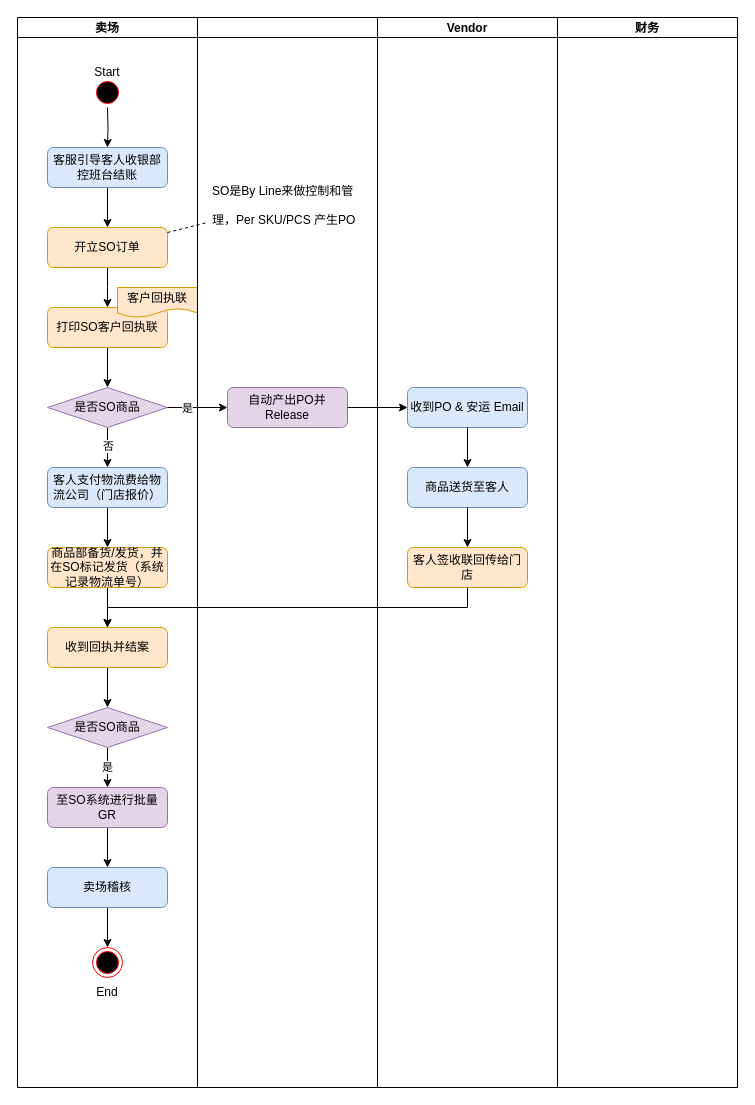
The draw.io diagram page "Dropship销售业务流程-TOBE" (3 of 7) of Special Order.drawio in luss613/draw.io, before the edit. Source tidied: cells renumbered, new cells numbered last; positions are measured from the earlier drawing's top-left corner, leaving out a move shared by most shapes. Both pictures are drawn from the tidied source at 100%, with x=0, y=0 at pixel (17, 17).
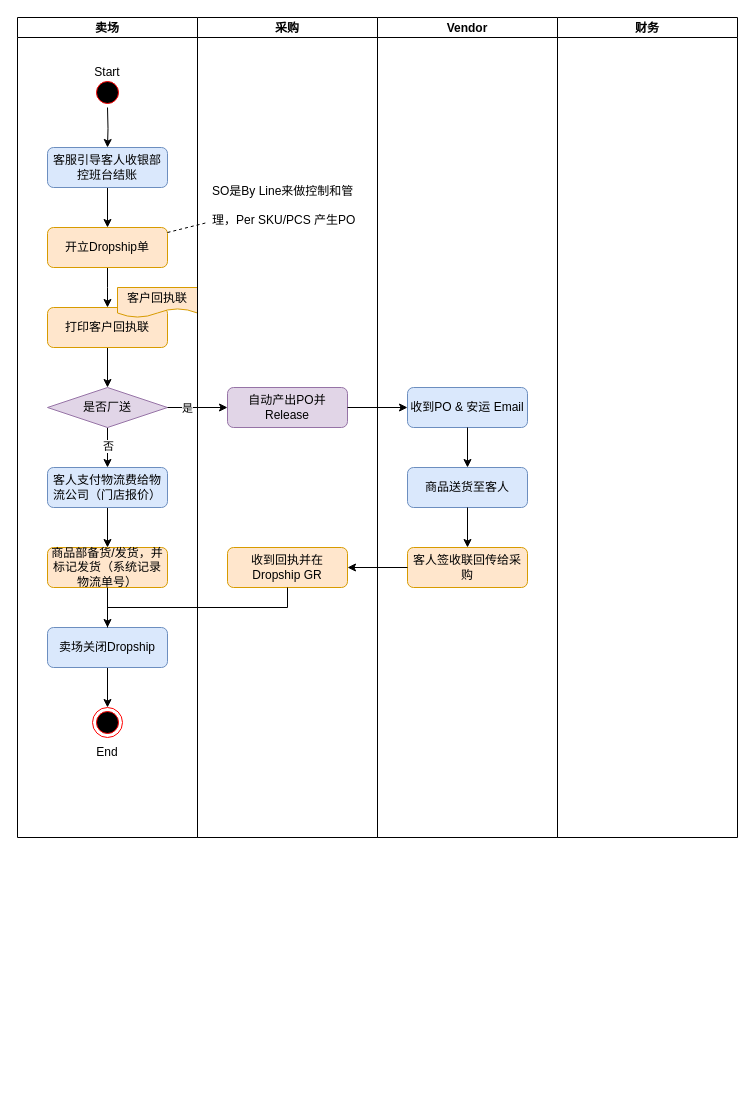
The same page after the edit.

Change to the diagram source:
```diff
@@
     <mxCell id="2" value="卖场" style="swimlane;startSize=20;" parent="1" vertex="1">
-      <mxGeometry width="180" height="1070" as="geometry" />
+      <mxGeometry width="180" height="820" as="geometry" />
     </mxCell>
@@
-    <mxCell id="7" value="开立SO订单" style="rounded=1;whiteSpace=wrap;html=1;fontSize=12;glass=0;strokeWidth=1;shadow=0;fillColor=#ffe6cc;strokeColor=#d79b00;" parent="2" vertex="1">
+    <mxCell id="7" value="开立Dropship单" style="rounded=1;whiteSpace=wrap;html=1;fontSize=12;glass=0;strokeWidth=1;shadow=0;fillColor=#ffe6cc;strokeColor=#d79b00;" parent="2" vertex="1">
       <mxGeometry x="30" y="210" width="120" height="40" as="geometry" />
     </mxCell>
-    <mxCell id="8" style="edgeStyle=orthogonalEdgeStyle;rounded=0;jettySize=auto;html=1;" parent="2" edge="1" source="9" target="21">
-      <mxGeometry relative="1" as="geometry" />
-    </mxCell>
-    <mxCell id="9" value="商品部备货/发货，并在SO标记发货（系统记录物流单号）" style="rounded=1;whiteSpace=wrap;html=1;fontSize=12;glass=0;strokeWidth=1;shadow=0;fillColor=#ffe6cc;strokeColor=#d79b00;" parent="2" vertex="1">
+    <mxCell id="9" value="商品部备货/发货，并标记发货（系统记录物流单号）" style="rounded=1;whiteSpace=wrap;html=1;fontSize=12;glass=0;strokeWidth=1;shadow=0;fillColor=#ffe6cc;strokeColor=#d79b00;" parent="2" vertex="1">
       <mxGeometry x="30" y="530" width="120" height="40" as="geometry" />
     </mxCell>
@@
-    <mxCell id="15" value="是否SO商品" style="rhombus;whiteSpace=wrap;html=1;fillColor=#e1d5e7;strokeColor=#9673a6;" parent="2" vertex="1">
+    <mxCell id="15" value="是否厂送" style="rhombus;whiteSpace=wrap;html=1;fillColor=#e1d5e7;strokeColor=#9673a6;" parent="2" vertex="1">
       <mxGeometry x="30" y="370" width="120" height="40" as="geometry" />
     </mxCell>
     <mxCell id="16" value="财务" style="swimlane;startSize=20;" parent="2" vertex="1">
-      <mxGeometry x="540" width="180" height="1070" as="geometry" />
+      <mxGeometry x="540" width="180" height="820" as="geometry" />
     </mxCell>
@@
-    <mxCell id="18" value="打印SO客户回执联" style="rounded=1;whiteSpace=wrap;html=1;fontSize=12;glass=0;strokeWidth=1;shadow=0;fillColor=#ffe6cc;strokeColor=#d79b00;" parent="2" vertex="1">
+    <mxCell id="18" value="打印客户回执联" style="rounded=1;whiteSpace=wrap;html=1;fontSize=12;glass=0;strokeWidth=1;shadow=0;fillColor=#ffe6cc;strokeColor=#d79b00;" parent="2" vertex="1">
       <mxGeometry x="30" y="290" width="120" height="40" as="geometry" />
     </mxCell>
@@
-    <mxCell id="20" style="edgeStyle=orthogonalEdgeStyle;rounded=0;jettySize=auto;html=1;" parent="2" edge="1" source="21" target="25">
-      <mxGeometry relative="1" as="geometry" />
-    </mxCell>
-    <mxCell id="21" value="收到回执并结案" style="rounded=1;whiteSpace=wrap;html=1;fontSize=12;glass=0;strokeWidth=1;shadow=0;fillColor=#ffe6cc;strokeColor=#d79b00;" parent="2" vertex="1">
-      <mxGeometry x="30" y="610" width="120" height="40" as="geometry" />
-    </mxCell>
-    <mxCell id="22" style="edgeStyle=orthogonalEdgeStyle;rounded=0;jettySize=auto;html=1;entryX=0.5;entryY=0;entryDx=0;entryDy=0;" parent="2" edge="1" source="23" target="31">
-      <mxGeometry relative="1" as="geometry" />
-    </mxCell>
-    <mxCell id="23" value="至SO系统进行批量GR" style="rounded=1;whiteSpace=wrap;html=1;fontSize=12;glass=0;strokeWidth=1;shadow=0;fillColor=#e1d5e7;strokeColor=#9673a6;" parent="2" vertex="1">
-      <mxGeometry x="30" y="770" width="120" height="40" as="geometry" />
-    </mxCell>
-    <mxCell id="24" value="是" style="edgeStyle=orthogonalEdgeStyle;rounded=0;jettySize=auto;html=1;" parent="2" edge="1" source="25" target="23">
-      <mxGeometry relative="1" as="geometry" />
-    </mxCell>
-    <mxCell id="25" value="是否SO商品" style="rhombus;whiteSpace=wrap;html=1;fillColor=#e1d5e7;strokeColor=#9673a6;" parent="2" vertex="1">
-      <mxGeometry x="30" y="690" width="120" height="40" as="geometry" />
-    </mxCell>
@@
     <mxCell id="27" style="ellipse;html=1;shape=endState;fillColor=#000000;strokeColor=#ff0000;" parent="2" vertex="1">
-      <mxGeometry x="75" y="930" width="30" height="30" as="geometry" />
+      <mxGeometry x="75" y="690" width="30" height="30" as="geometry" />
     </mxCell>
     <mxCell id="28" value="End" style="text;html=1;strokeColor=none;fillColor=none;align=center;verticalAlign=middle;whiteSpace=wrap;rounded=0;" parent="2" vertex="1">
-      <mxGeometry x="60" y="960" width="60" height="30" as="geometry" />
+      <mxGeometry x="60" y="720" width="60" height="30" as="geometry" />
     </mxCell>
@@
-    <mxCell id="30" style="edgeStyle=orthogonalEdgeStyle;rounded=0;jettySize=auto;html=1;entryX=0.5;entryY=0;entryDx=0;entryDy=0;" parent="2" edge="1" source="31" target="27">
-      <mxGeometry relative="1" as="geometry" />
-    </mxCell>
-    <mxCell id="31" value="卖场稽核" style="rounded=1;whiteSpace=wrap;html=1;fontSize=12;glass=0;strokeWidth=1;shadow=0;fillColor=#dae8fc;strokeColor=#6c8ebf;" parent="2" vertex="1">
-      <mxGeometry x="30" y="850" width="120" height="40" as="geometry" />
-    </mxCell>
-    <mxCell id="32" style="swimlane;startSize=20;" parent="1" vertex="1">
-      <mxGeometry x="180" width="180" height="1070" as="geometry" />
+    <mxCell id="32" value="采购" style="swimlane;startSize=20;" parent="1" vertex="1">
+      <mxGeometry x="180" width="180" height="820" as="geometry" />
     </mxCell>
@@
+    <mxCell id="21" value="收到回执并在Dropship GR" style="rounded=1;whiteSpace=wrap;html=1;fontSize=12;glass=0;strokeWidth=1;shadow=0;fillColor=#ffe6cc;strokeColor=#d79b00;" parent="32" vertex="1">
+      <mxGeometry x="30" y="530" width="120" height="40" as="geometry" />
+    </mxCell>
     <mxCell id="35" value="Vendor" style="swimlane;startSize=20;" parent="1" vertex="1">
-      <mxGeometry x="360" width="180" height="1070" as="geometry" />
+      <mxGeometry x="360" width="180" height="820" as="geometry" />
     </mxCell>
@@
-    <mxCell id="37" value="客人签收联回传给门店" style="rounded=1;whiteSpace=wrap;html=1;fontSize=12;glass=0;strokeWidth=1;shadow=0;fillColor=#ffe6cc;strokeColor=#d79b00;" parent="35" vertex="1">
+    <mxCell id="37" value="客人签收联回传给采购" style="rounded=1;whiteSpace=wrap;html=1;fontSize=12;glass=0;strokeWidth=1;shadow=0;fillColor=#ffe6cc;strokeColor=#d79b00;" parent="35" vertex="1">
       <mxGeometry x="30" y="530" width="120" height="40" as="geometry" />
     </mxCell>
@@
-    <mxCell id="44" style="edgeStyle=orthogonalEdgeStyle;rounded=0;jettySize=auto;html=1;entryX=0.5;entryY=0;entryDx=0;entryDy=0;" parent="1" edge="1" source="37" target="21">
-      <mxGeometry relative="1" as="geometry">
-        <Array as="points">
-          <mxPoint x="450" y="590" />
-          <mxPoint x="90" y="590" />
-        </Array>
-      </mxGeometry>
+    <mxCell id="44" style="edgeStyle=orthogonalEdgeStyle;rounded=0;jettySize=auto;html=1;exitX=0;exitY=0.5;exitDx=0;exitDy=0;" parent="1" edge="1" source="37" target="21">
+      <mxGeometry relative="1" as="geometry" />
     </mxCell>
+    <mxCell id="30" style="edgeStyle=orthogonalEdgeStyle;rounded=0;jettySize=auto;html=1;exitX=0.5;exitY=1;exitDx=0;exitDy=0;entryX=0.5;entryY=0;entryDx=0;entryDy=0;" parent="1" edge="1" source="31" target="27">
+      <mxGeometry relative="1" as="geometry" />
+    </mxCell>
+    <mxCell id="31" value="卖场关闭Dropship" style="rounded=1;whiteSpace=wrap;html=1;fontSize=12;glass=0;strokeWidth=1;shadow=0;fillColor=#dae8fc;strokeColor=#6c8ebf;" parent="1" vertex="1">
+      <mxGeometry x="30" y="610" width="120" height="40" as="geometry" />
+    </mxCell>
+    <mxCell id="45" style="edgeStyle=orthogonalEdgeStyle;rounded=0;jettySize=auto;html=1;exitX=0.5;exitY=1;exitDx=0;exitDy=0;entryX=0.5;entryY=0;entryDx=0;entryDy=0;" parent="1" edge="1" source="9" target="31">
+      <mxGeometry relative="1" as="geometry" />
+    </mxCell>
+    <mxCell id="46" style="edgeStyle=orthogonalEdgeStyle;rounded=0;jettySize=auto;html=1;exitX=0.5;exitY=1;exitDx=0;exitDy=0;endArrow=none;" parent="1" edge="1" source="21" target="31">
+      <mxGeometry relative="1" as="geometry" />
+    </mxCell>
```
